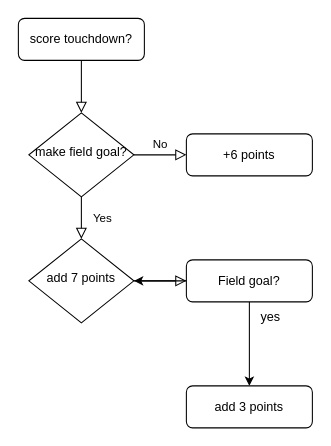
jpedoukou/Flowcharts keeps this draw.io diagram as Untitled Diagram.drawio. Above is the earlier version. Source tidied: cells renumbered, new cells numbered last; positions are measured from the earlier drawing's top-left corner, leaving out a move shared by most shapes. Both pictures are drawn from the tidied source at 105%, with x=0, y=0 at pixel (18, 18).
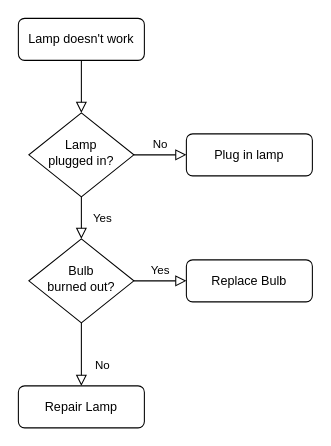
Above is the later version.

Change to the diagram source:
```diff
@@
 <mxGraphModel>
   <root>
     <mxCell id="0" />
     <mxCell id="1" parent="0" />
     <mxCell id="2" style="rounded=0;html=1;jettySize=auto;fontSize=11;endArrow=block;endFill=0;endSize=8;strokeWidth=1;shadow=0;labelBackgroundColor=none;edgeStyle=orthogonalEdgeStyle;" parent="1" edge="1" source="3" target="6">
       <mxGeometry relative="1" as="geometry" />
     </mxCell>
-    <mxCell id="3" value="score touchdown?" style="rounded=1;whiteSpace=wrap;html=1;fontSize=12;glass=0;strokeWidth=1;shadow=0;" parent="1" vertex="1">
+    <mxCell id="3" value="Lamp doesn't work" style="rounded=1;whiteSpace=wrap;html=1;fontSize=12;glass=0;strokeWidth=1;shadow=0;" parent="1" vertex="1">
       <mxGeometry width="120" height="40" as="geometry" />
     </mxCell>
     <mxCell id="4" value="Yes" style="rounded=0;html=1;jettySize=auto;fontSize=11;endArrow=block;endFill=0;endSize=8;strokeWidth=1;shadow=0;labelBackgroundColor=none;edgeStyle=orthogonalEdgeStyle;" parent="1" edge="1" source="6" target="9">
       <mxGeometry y="20" relative="1" as="geometry" />
     </mxCell>
     <mxCell id="5" value="No" style="edgeStyle=orthogonalEdgeStyle;rounded=0;html=1;jettySize=auto;fontSize=11;endArrow=block;endFill=0;endSize=8;strokeWidth=1;shadow=0;labelBackgroundColor=none;" parent="1" edge="1" source="6" target="7">
       <mxGeometry y="10" relative="1" as="geometry" />
     </mxCell>
-    <mxCell id="6" value="make field goal?" style="rhombus;whiteSpace=wrap;html=1;shadow=0;fontFamily=Helvetica;fontSize=12;align=center;strokeWidth=1;spacing=6;spacingTop=-4;" parent="1" vertex="1">
+    <mxCell id="6" value="Lamp&lt;br&gt;plugged in?" style="rhombus;whiteSpace=wrap;html=1;shadow=0;fontFamily=Helvetica;fontSize=12;align=center;strokeWidth=1;spacing=6;spacingTop=-4;" parent="1" vertex="1">
       <mxGeometry x="10" y="90" width="100" height="80" as="geometry" />
     </mxCell>
-    <mxCell id="7" value="+6 points" style="rounded=1;whiteSpace=wrap;html=1;fontSize=12;glass=0;strokeWidth=1;shadow=0;" parent="1" vertex="1">
+    <mxCell id="7" value="Plug in lamp" style="rounded=1;whiteSpace=wrap;html=1;fontSize=12;glass=0;strokeWidth=1;shadow=0;" parent="1" vertex="1">
       <mxGeometry x="160" y="110" width="120" height="40" as="geometry" />
     </mxCell>
+    <mxCell id="15" value="No" style="rounded=0;html=1;jettySize=auto;fontSize=11;endArrow=block;endFill=0;endSize=8;strokeWidth=1;shadow=0;labelBackgroundColor=none;edgeStyle=orthogonalEdgeStyle;" parent="1" edge="1" source="9" target="16">
+      <mxGeometry x="0.33" y="20" relative="1" as="geometry" />
+    </mxCell>
-    <mxCell id="8" style="edgeStyle=orthogonalEdgeStyle;rounded=0;html=1;jettySize=auto;fontSize=11;endArrow=block;endFill=0;endSize=8;strokeWidth=1;shadow=0;labelBackgroundColor=none;" parent="1" edge="1" source="9" target="12">
+    <mxCell id="8" value="Yes" style="edgeStyle=orthogonalEdgeStyle;rounded=0;html=1;jettySize=auto;fontSize=11;endArrow=block;endFill=0;endSize=8;strokeWidth=1;shadow=0;labelBackgroundColor=none;" parent="1" edge="1" source="9" target="12">
       <mxGeometry y="10" relative="1" as="geometry" />
     </mxCell>
-    <mxCell id="9" value="add 7 points" style="rhombus;whiteSpace=wrap;html=1;shadow=0;fontFamily=Helvetica;fontSize=12;align=center;strokeWidth=1;spacing=6;spacingTop=-4;" parent="1" vertex="1">
+    <mxCell id="9" value="Bulb&lt;br&gt;burned out?" style="rhombus;whiteSpace=wrap;html=1;shadow=0;fontFamily=Helvetica;fontSize=12;align=center;strokeWidth=1;spacing=6;spacingTop=-4;" parent="1" vertex="1">
       <mxGeometry x="10" y="210" width="100" height="80" as="geometry" />
     </mxCell>
-    <mxCell id="10" style="edgeStyle=orthogonalEdgeStyle;rounded=0;jettySize=auto;html=1;" parent="1" edge="1" source="12" target="9">
-      <mxGeometry relative="1" as="geometry" />
-    </mxCell>
-    <mxCell id="11" style="edgeStyle=orthogonalEdgeStyle;rounded=0;jettySize=auto;html=1;" parent="1" edge="1" source="12" target="13">
-      <mxGeometry relative="1" as="geometry" />
-    </mxCell>
+    <mxCell id="16" value="Repair Lamp" style="rounded=1;whiteSpace=wrap;html=1;fontSize=12;glass=0;strokeWidth=1;shadow=0;" parent="1" vertex="1">
+      <mxGeometry y="350" width="120" height="40" as="geometry" />
+    </mxCell>
-    <mxCell id="12" value="Field goal?" style="rounded=1;whiteSpace=wrap;html=1;fontSize=12;glass=0;strokeWidth=1;shadow=0;" parent="1" vertex="1">
+    <mxCell id="12" value="Replace Bulb" style="rounded=1;whiteSpace=wrap;html=1;fontSize=12;glass=0;strokeWidth=1;shadow=0;" parent="1" vertex="1">
       <mxGeometry x="160" y="230" width="120" height="40" as="geometry" />
     </mxCell>
-    <mxCell id="13" value="add 3 points" style="rounded=1;whiteSpace=wrap;html=1;fontSize=12;glass=0;strokeWidth=1;shadow=0;" parent="1" vertex="1">
-      <mxGeometry x="160" y="350" width="120" height="40" as="geometry" />
-    </mxCell>
-    <mxCell id="14" value="yes" style="text;html=1;align=center;verticalAlign=middle;strokeColor=none;fillColor=none;" parent="1" vertex="1">
-      <mxGeometry x="220" y="270" width="40" height="30" as="geometry" />
-    </mxCell>
   </root>
 </mxGraphModel>
```
